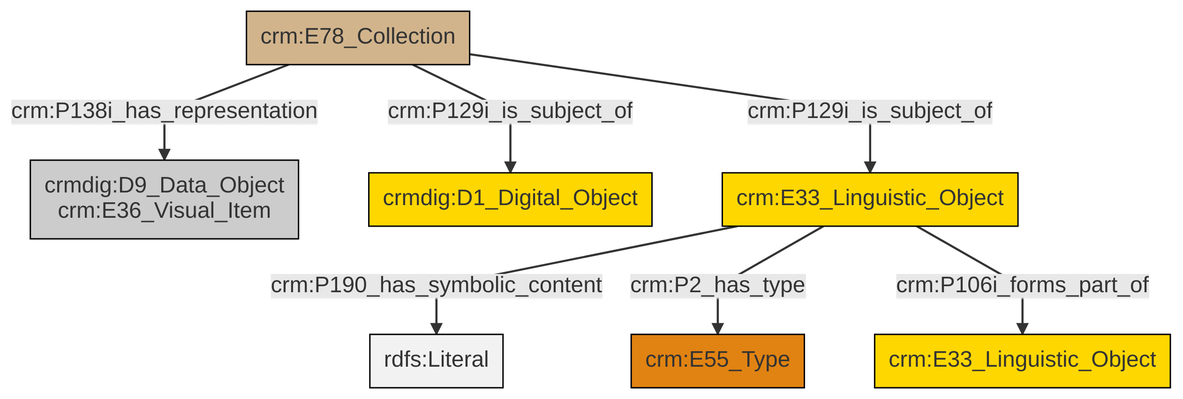
Earlier version of the Mermaid export et/archivalCSV/ttl/mmd/png/archival_docs.png (swiss-art-research-net/docs.swissartresearch). Its source is kept beside it as et/archivalCSV/ttl/mmd/archival_docs.ttl.mmd. The source it was exported from:
```mermaid
graph TD
classDef Literal fill:#f2f2f2,stroke:#000000;
classDef CRM_Entity fill:#FFFFFF,stroke:#000000;
classDef Temporal_Entity fill:#00C9E6, stroke:#000000;
classDef Type fill:#E18312, stroke:#000000;
classDef Time-Span fill:#2C9C91, stroke:#000000;
classDef Appellation fill:#FFEB7F, stroke:#000000;
classDef Place fill:#008836, stroke:#000000;
classDef Persistent_Item fill:#B266B2, stroke:#000000;
classDef Conceptual_Object fill:#FFD700, stroke:#000000;
classDef Physical_Thing fill:#D2B48C, stroke:#000000;
classDef Actor fill:#f58aad, stroke:#000000;
classDef PC_Classes fill:#4ce600, stroke:#000000;
classDef Multi fill:#cccccc,stroke:#000000;

2["crm:E78_Collection"]:::Physical_Thing -->|crm:P129i_is_subject_of| 3["crmdig:D1_Digital_Object"]:::Conceptual_Object
4["crm:E33_Linguistic_Object"]:::Conceptual_Object -->|crm:P190_has_symbolic_content| 6[rdfs:Literal]:::Literal
4["crm:E33_Linguistic_Object"]:::Conceptual_Object -->|crm:P2_has_type| 7["crm:E55_Type"]:::Type
4["crm:E33_Linguistic_Object"]:::Conceptual_Object -->|crm:P106i_forms_part_of| 11["crm:E33_Linguistic_Object"]:::Conceptual_Object
2["crm:E78_Collection"]:::Physical_Thing -->|crm:P129i_is_subject_of| 4["crm:E33_Linguistic_Object"]:::Conceptual_Object
2["crm:E78_Collection"]:::Physical_Thing -->|crm:P138i_has_representation| 0["crmdig:D9_Data_Object<br>crm:E36_Visual_Item"]:::Multi
```
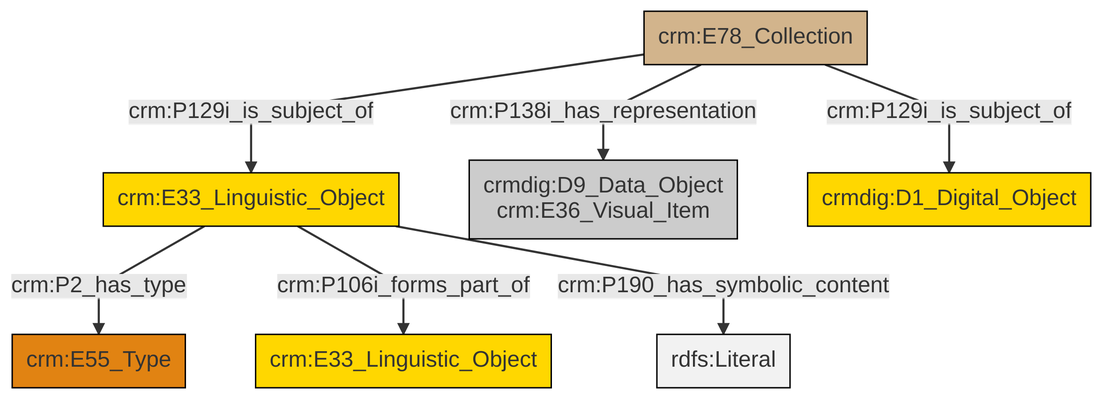
The same file after the commit.

The edit, as a diff of the source:
```diff
@@ -13,9 +13,9 @@
 classDef PC_Classes fill:#4ce600, stroke:#000000;
 classDef Multi fill:#cccccc,stroke:#000000;
 
-2["crm:E78_Collection"]:::Physical_Thing -->|crm:P129i_is_subject_of| 3["crmdig:D1_Digital_Object"]:::Conceptual_Object
-4["crm:E33_Linguistic_Object"]:::Conceptual_Object -->|crm:P190_has_symbolic_content| 6[rdfs:Literal]:::Literal
-4["crm:E33_Linguistic_Object"]:::Conceptual_Object -->|crm:P2_has_type| 7["crm:E55_Type"]:::Type
-4["crm:E33_Linguistic_Object"]:::Conceptual_Object -->|crm:P106i_forms_part_of| 11["crm:E33_Linguistic_Object"]:::Conceptual_Object
-2["crm:E78_Collection"]:::Physical_Thing -->|crm:P129i_is_subject_of| 4["crm:E33_Linguistic_Object"]:::Conceptual_Object
-2["crm:E78_Collection"]:::Physical_Thing -->|crm:P138i_has_representation| 0["crmdig:D9_Data_Object<br>crm:E36_Visual_Item"]:::Multi
+2["crm:E33_Linguistic_Object"]:::Conceptual_Object -->|crm:P2_has_type| 0["crm:E55_Type"]:::Type
+10["crm:E78_Collection"]:::Physical_Thing -->|crm:P129i_is_subject_of| 11["crmdig:D1_Digital_Object"]:::Conceptual_Object
+10["crm:E78_Collection"]:::Physical_Thing -->|crm:P138i_has_representation| 5["crmdig:D9_Data_Object<br>crm:E36_Visual_Item"]:::Multi
+2["crm:E33_Linguistic_Object"]:::Conceptual_Object -->|crm:P106i_forms_part_of| 3["crm:E33_Linguistic_Object"]:::Conceptual_Object
+10["crm:E78_Collection"]:::Physical_Thing -->|crm:P129i_is_subject_of| 2["crm:E33_Linguistic_Object"]:::Conceptual_Object
+2["crm:E33_Linguistic_Object"]:::Conceptual_Object -->|crm:P190_has_symbolic_content| 14[rdfs:Literal]:::Literal
```
